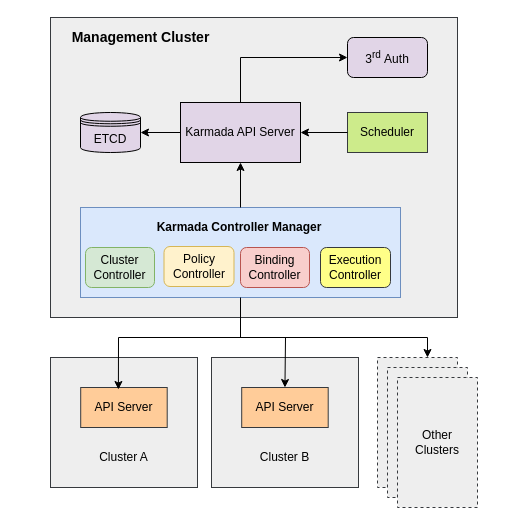
The draw.io diagram docs/images/architecture.drawio in karmada-io/karmada, before the edit. Source tidied: cells renumbered, new cells numbered last; positions are measured from the earlier drawing's top-left corner, leaving out a move shared by most shapes. Both pictures are drawn from the tidied source at 100%, with x=0, y=0 at pixel (50, 17).
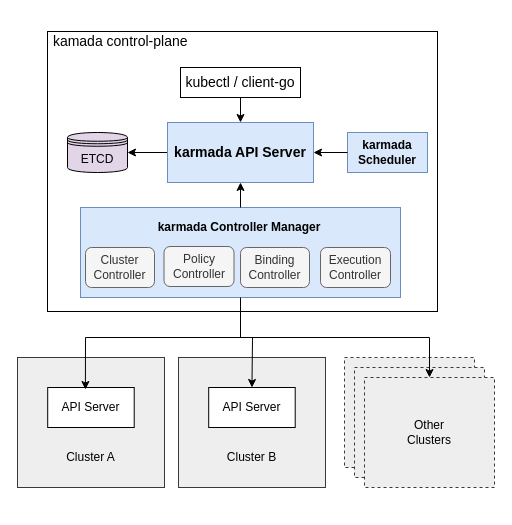
After the change.

Commit message (it also covers changes not shown here):
update architecture and concepts

The change refers to these unchanged cells:
```xml
<mxCell id="8" style="group;" parent="1" vertex="1">
  <mxGeometry x="30" y="190" width="320" height="90" as="geometry" />
</mxCell>
<mxCell id="9" style="rounded=0;whiteSpace=wrap;html=1;fillColor=#dae8fc;strokeColor=#6c8ebf;" parent="8" vertex="1">
  <mxGeometry width="320" height="90" as="geometry" />
</mxCell>
```

Change to the diagram source:
```diff
@@
-    <mxCell id="2" style="rounded=0;whiteSpace=wrap;html=1;fillColor=#eeeeee;strokeColor=#36393d;" parent="1" vertex="1">
-      <mxGeometry width="407" height="300" as="geometry" />
+    <mxCell id="2" style="rounded=0;whiteSpace=wrap;html=1;" parent="1" vertex="1">
+      <mxGeometry x="-3" y="14" width="390" height="280" as="geometry" />
     </mxCell>
     <mxCell id="3" value="ETCD" style="shape=datastore;whiteSpace=wrap;html=1;fillColor=#E1D5E7;" parent="1" vertex="1">
-      <mxGeometry x="30" y="95" width="60" height="40" as="geometry" />
+      <mxGeometry x="17" y="115" width="60" height="40" as="geometry" />
     </mxCell>
@@
+    <mxCell id="33" style="edgeStyle=orthogonalEdgeStyle;rounded=0;jettySize=auto;html=1;startArrow=classic;startFill=1;fillColor=#ffffff;fontSize=14;endArrow=none;endFill=0;" parent="1" edge="1" source="5" target="34">
+      <mxGeometry relative="1" as="geometry" />
+    </mxCell>
-    <mxCell id="5" value="Karmada API Server" style="rounded=0;whiteSpace=wrap;html=1;fillColor=#E1D5E7;" parent="1" vertex="1">
-      <mxGeometry x="130" y="85" width="120" height="60" as="geometry" />
+    <mxCell id="5" value="karmada API Server" style="rounded=0;whiteSpace=wrap;html=1;fillColor=#dae8fc;strokeColor=#6c8ebf;fontSize=14;fontStyle=1;" parent="1" vertex="1">
+      <mxGeometry x="117" y="105" width="146" height="60" as="geometry" />
     </mxCell>
-    <mxCell id="6" value="&lt;span style=&quot;text-align: left&quot;&gt;3&lt;/span&gt;&lt;sup style=&quot;text-align: left&quot;&gt;rd&lt;/sup&gt;&lt;span style=&quot;text-align: left&quot;&gt;&amp;nbsp;Auth&lt;/span&gt;" style="rounded=1;whiteSpace=wrap;html=1;fillColor=#E1D5E7;" parent="1" vertex="1">
-      <mxGeometry x="297" y="20" width="80" height="40" as="geometry" />
-    </mxCell>
-    <mxCell id="7" style="edgeStyle=orthogonalEdgeStyle;rounded=0;jettySize=auto;html=1;entryX=0;entryY=0.5;entryDx=0;entryDy=0;" parent="1" edge="1" source="5" target="6">
-      <mxGeometry relative="1" as="geometry">
-        <Array as="points">
-          <mxPoint x="190" y="40" />
-        </Array>
-      </mxGeometry>
-    </mxCell>
@@
-    <mxCell id="10" value="Policy Controller" style="rounded=1;whiteSpace=wrap;html=1;fillColor=#fff2cc;strokeColor=#d6b656;" parent="8" vertex="1">
+    <mxCell id="10" value="Policy Controller" style="rounded=1;whiteSpace=wrap;html=1;fillColor=#f5f5f5;strokeColor=#666666;fontColor=#333333;" parent="8" vertex="1">
       <mxGeometry x="83.5" y="39" width="70" height="40" as="geometry" />
     </mxCell>
-    <mxCell id="11" value="Binding&lt;br&gt;Controller" style="rounded=1;whiteSpace=wrap;html=1;fillColor=#f8cecc;strokeColor=#b85450;" parent="8" vertex="1">
+    <mxCell id="11" value="Binding&lt;br&gt;Controller" style="rounded=1;whiteSpace=wrap;html=1;fillColor=#f5f5f5;strokeColor=#666666;fontColor=#333333;" parent="8" vertex="1">
       <mxGeometry x="160" y="40" width="69" height="40" as="geometry" />
     </mxCell>
-    <mxCell id="12" value="Execution&lt;br&gt;Controller" style="rounded=1;whiteSpace=wrap;html=1;fillColor=#ffff88;strokeColor=#36393d;" parent="8" vertex="1">
+    <mxCell id="12" value="Execution&lt;br&gt;Controller" style="rounded=1;whiteSpace=wrap;html=1;fillColor=#f5f5f5;strokeColor=#666666;fontColor=#333333;" parent="8" vertex="1">
       <mxGeometry x="240" y="40" width="70" height="40" as="geometry" />
     </mxCell>
-    <mxCell id="13" value="Cluster&lt;br&gt;Controller" style="rounded=1;whiteSpace=wrap;html=1;fillColor=#d5e8d4;strokeColor=#82b366;" parent="8" vertex="1">
+    <mxCell id="13" value="Cluster&lt;br&gt;Controller" style="rounded=1;whiteSpace=wrap;html=1;fillColor=#f5f5f5;strokeColor=#666666;fontColor=#333333;" parent="8" vertex="1">
       <mxGeometry x="5" y="40" width="69" height="40" as="geometry" />
     </mxCell>
-    <mxCell id="14" value="&lt;b&gt;Karmada Controller Manager&lt;/b&gt;" style="text;html=1;strokeColor=none;fillColor=none;align=center;verticalAlign=middle;whiteSpace=wrap;rounded=0;" parent="8" vertex="1">
+    <mxCell id="14" value="&lt;b&gt;karmada Controller Manager&lt;/b&gt;" style="text;html=1;strokeColor=none;fillColor=none;align=center;verticalAlign=middle;whiteSpace=wrap;rounded=0;" parent="8" vertex="1">
       <mxGeometry x="64" y="10" width="190" height="20" as="geometry" />
     </mxCell>
-    <mxCell id="15" value="Scheduler" style="rounded=0;whiteSpace=wrap;html=1;fillColor=#cdeb8b;strokeColor=#36393d;" parent="1" vertex="1">
-      <mxGeometry x="297" y="95" width="80" height="40" as="geometry" />
+    <mxCell id="15" value="karmada Scheduler" style="rounded=0;whiteSpace=wrap;html=1;fillColor=#dae8fc;strokeColor=#6c8ebf;fontStyle=1;" parent="1" vertex="1">
+      <mxGeometry x="297" y="115" width="80" height="40" as="geometry" />
     </mxCell>
@@
-    <mxCell id="18" value="&lt;b&gt;&lt;font style=&quot;font-size: 14px&quot;&gt;Management Cluster&lt;/font&gt;&lt;/b&gt;" style="text;html=1;strokeColor=none;fillColor=none;align=center;verticalAlign=middle;whiteSpace=wrap;rounded=0;" parent="1" vertex="1">
-      <mxGeometry x="7" y="10" width="167" height="20" as="geometry" />
+    <mxCell id="18" value="&lt;span style=&quot;font-size: 14px&quot;&gt;&lt;span&gt;&amp;nbsp;kamada control-plane&lt;/span&gt;&lt;/span&gt;" style="text;html=1;strokeColor=none;fillColor=none;align=left;verticalAlign=middle;whiteSpace=wrap;rounded=0;fontStyle=0;" parent="1" vertex="1">
+      <mxGeometry x="-3" y="14" width="167" height="20" as="geometry" />
     </mxCell>
     <mxCell id="19" style="group;" parent="1" vertex="1">
-      <mxGeometry y="340" width="147" height="130" as="geometry" />
+      <mxGeometry x="-33" y="340" width="147" height="130" as="geometry" />
     </mxCell>
@@
-    <mxCell id="21" value="API Server" style="rounded=0;whiteSpace=wrap;html=1;fillColor=#ffcc99;strokeColor=#36393d;" parent="19" vertex="1">
+    <mxCell id="21" value="API Server" style="rounded=0;whiteSpace=wrap;html=1;" parent="19" vertex="1">
       <mxGeometry x="30.2" y="30" width="86.5" height="40" as="geometry" />
     </mxCell>
@@
     <mxCell id="23" style="group;" parent="1" vertex="1">
-      <mxGeometry x="161" y="340" width="147" height="130" as="geometry" />
+      <mxGeometry x="128" y="340" width="147" height="130" as="geometry" />
     </mxCell>
@@
-    <mxCell id="25" value="API Server" style="rounded=0;whiteSpace=wrap;html=1;fillColor=#ffcc99;strokeColor=#36393d;" parent="23" vertex="1">
+    <mxCell id="25" value="API Server" style="rounded=0;whiteSpace=wrap;html=1;" parent="23" vertex="1">
       <mxGeometry x="30.2" y="30" width="86.5" height="40" as="geometry" />
     </mxCell>
@@
     <mxCell id="27" style="rounded=0;whiteSpace=wrap;html=1;dashed=1;fillColor=#eeeeee;strokeColor=#36393d;" parent="1" vertex="1">
-      <mxGeometry x="327" y="340" width="80" height="130" as="geometry" />
+      <mxGeometry x="294" y="340" width="130" height="110" as="geometry" />
     </mxCell>
     <mxCell id="28" style="rounded=0;whiteSpace=wrap;html=1;dashed=1;fillColor=#eeeeee;strokeColor=#36393d;" parent="1" vertex="1">
-      <mxGeometry x="337" y="350" width="80" height="130" as="geometry" />
+      <mxGeometry x="304" y="350" width="130" height="110" as="geometry" />
     </mxCell>
     <mxCell id="29" value="Other&lt;br&gt;Clusters" style="rounded=0;whiteSpace=wrap;html=1;dashed=1;fillColor=#eeeeee;strokeColor=#36393d;" parent="1" vertex="1">
-      <mxGeometry x="347" y="360" width="80" height="130" as="geometry" />
+      <mxGeometry x="314" y="360" width="130" height="110" as="geometry" />
     </mxCell>
     <mxCell id="30" style="endArrow=classic;html=1;entryX=0.436;entryY=0.05;entryDx=0;entryDy=0;entryPerimeter=0;rounded=0;exitX=0.5;exitY=1;exitDx=0;exitDy=0;" parent="1" edge="1" source="9" target="21">
       <mxGeometry relative="1" as="geometry">
         <Array as="points">
           <mxPoint x="190" y="320" />
-          <mxPoint x="68" y="320" />
+          <mxPoint x="35" y="320" />
         </Array>
       </mxGeometry>
     </mxCell>
     <mxCell id="31" style="endArrow=classic;html=1;entryX=0.5;entryY=0;entryDx=0;entryDy=0;rounded=0;" parent="1" edge="1" target="25">
       <mxGeometry relative="1" as="geometry">
-        <mxPoint x="187" y="320" as="sourcePoint" />
+        <mxPoint x="154" y="320" as="sourcePoint" />
         <Array as="points">
-          <mxPoint x="235" y="320" />
+          <mxPoint x="202" y="320" />
         </Array>
       </mxGeometry>
     </mxCell>
-    <mxCell id="32" style="endArrow=classic;html=1;entryX=0.625;entryY=0;entryDx=0;entryDy=0;entryPerimeter=0;rounded=0;" parent="1" edge="1" target="27">
+    <mxCell id="32" style="endArrow=classic;html=1;rounded=0;entryX=0.5;entryY=0;entryDx=0;entryDy=0;" parent="1" edge="1" target="29">
       <mxGeometry relative="1" as="geometry">
-        <mxPoint x="187" y="320" as="sourcePoint" />
+        <mxPoint x="154" y="320" as="sourcePoint" />
         <Array as="points">
-          <mxPoint x="377" y="320" />
+          <mxPoint x="379" y="320" />
         </Array>
       </mxGeometry>
     </mxCell>
+    <mxCell id="34" value="kubectl / client-go" style="rounded=0;whiteSpace=wrap;html=1;fontSize=14;" parent="1" vertex="1">
+      <mxGeometry x="130" y="50" width="120" height="30" as="geometry" />
+    </mxCell>
```
